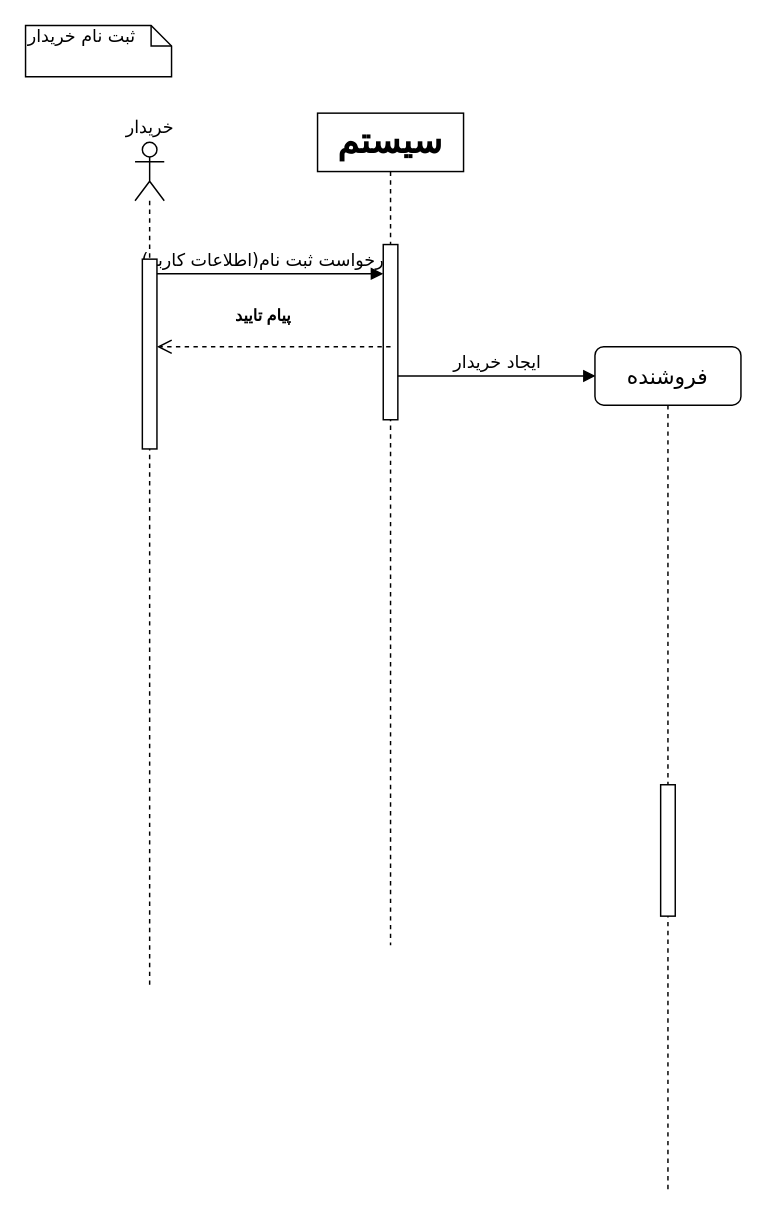
The draw.io diagram Behavioural Modeling/customer_signup.drawio in khoramian/TahDig_SoftwareEngineering, before the edit. Source tidied: cells renumbered, new cells numbered last; positions are measured from the earlier drawing's top-left corner, leaving out a move shared by most shapes. Both pictures are drawn from the tidied source at 146%, with x=0, y=0 at pixel (25, 25).
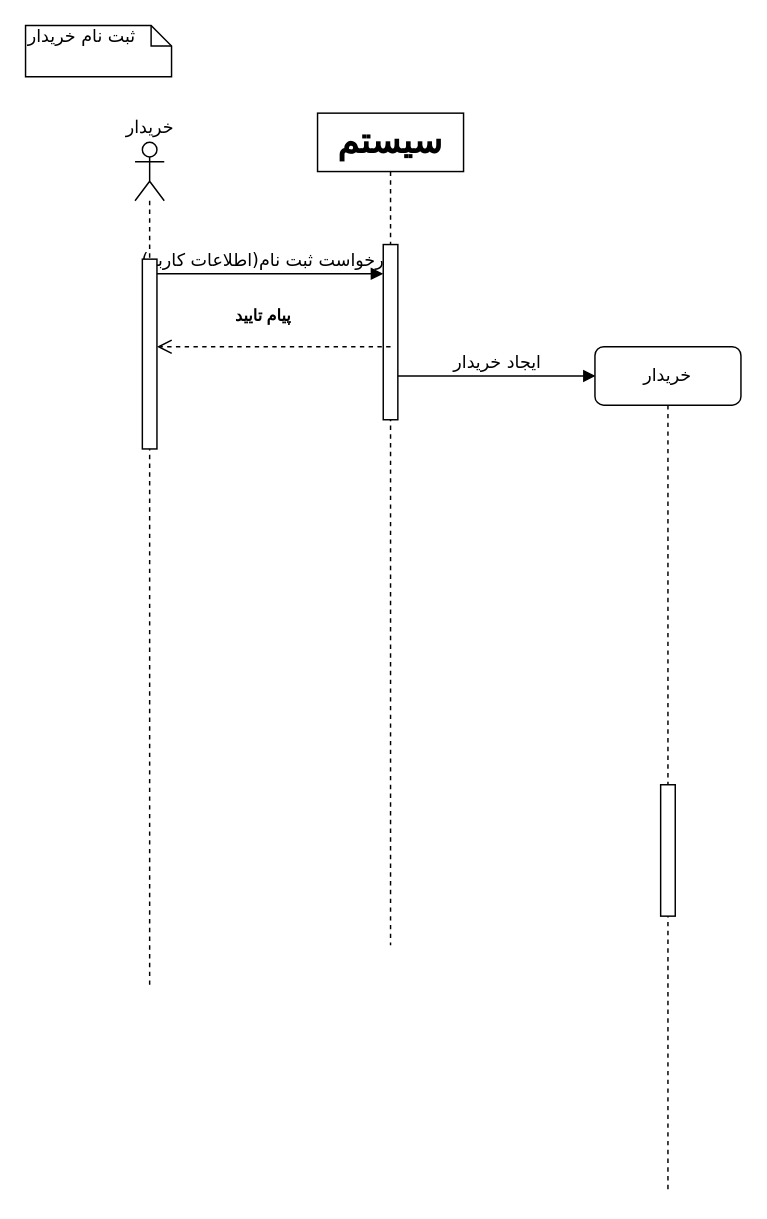
The same diagram, later.

What changed in the source:
```diff
@@
 <mxGraphModel>
   <root>
     <mxCell id="0" />
     <mxCell id="1" parent="0" />
     <mxCell id="2" value="درخواست ثبت نام(اطلاعات کاربر)" style="html=1;verticalAlign=bottom;endArrow=block;labelBackgroundColor=none;fontFamily=Verdana;fontSize=12;edgeStyle=elbowEdgeStyle;elbow=vertical;" parent="1" edge="1" source="4" target="8">
       <mxGeometry relative="1" as="geometry">
         <Array as="points">
           <mxPoint x="220" y="170" />
         </Array>
       </mxGeometry>
     </mxCell>
     <mxCell id="3" value="ثبت نام خریدار" style="shape=note;whiteSpace=wrap;html=1;size=14;verticalAlign=top;align=left;spacingTop=-6;rounded=0;shadow=0;comic=0;labelBackgroundColor=none;strokeWidth=1;fontFamily=Verdana;fontSize=12;" parent="1" vertex="1">
       <mxGeometry width="100" height="35" as="geometry" />
     </mxCell>
     <mxCell id="4" style="shape=umlLifeline;participant=umlActor;perimeter=lifelinePerimeter;whiteSpace=wrap;html=1;verticalAlign=top;spacingTop=36;outlineConnect=0;" parent="1" vertex="1">
       <mxGeometry x="75" y="80" width="20" height="580" as="geometry" />
     </mxCell>
     <mxCell id="5" style="html=1;perimeter=orthogonalPerimeter;" parent="4" vertex="1">
       <mxGeometry x="5" y="80" width="10" height="130" as="geometry" />
     </mxCell>
     <mxCell id="6" value="خریدار" style="text;html=1;align=center;verticalAlign=middle;" parent="1" vertex="1">
       <mxGeometry x="65" y="60" width="40" height="20" as="geometry" />
     </mxCell>
     <mxCell id="7" value="&lt;b&gt;&lt;font style=&quot;font-size: 24px&quot;&gt;سیستم &lt;br&gt;&lt;/font&gt;&lt;/b&gt;" style="shape=umlLifeline;perimeter=lifelinePerimeter;whiteSpace=wrap;html=1;" parent="1" vertex="1">
       <mxGeometry x="200" y="60" width="100" height="570" as="geometry" />
     </mxCell>
     <mxCell id="8" style="html=1;points=[];perimeter=orthogonalPerimeter;rounded=0;shadow=0;comic=0;labelBackgroundColor=none;strokeWidth=1;fontFamily=Verdana;fontSize=12;align=center;" parent="7" vertex="1">
       <mxGeometry x="45" y="90" width="10" height="120" as="geometry" />
     </mxCell>
     <mxCell id="9" value="&lt;b&gt;&amp;nbsp;پیام تایید&lt;br&gt;&lt;/b&gt;" style="html=1;verticalAlign=bottom;endArrow=open;dashed=1;endSize=8;exitX=0.5;exitY=0.583;exitDx=0;exitDy=0;exitPerimeter=0;" parent="1" edge="1" source="8">
       <mxGeometry x="0.13" y="-12" relative="1" as="geometry">
         <mxPoint x="90" y="220" as="targetPoint" />
         <Array as="points">
           <mxPoint x="190.5" y="220" />
         </Array>
         <mxPoint x="1" as="offset" />
       </mxGeometry>
     </mxCell>
     <mxCell id="10" value="ایجاد خریدار" style="html=1;verticalAlign=bottom;endArrow=block;labelBackgroundColor=none;fontFamily=Verdana;fontSize=12;edgeStyle=elbowEdgeStyle;elbow=vertical;" parent="1" edge="1">
       <mxGeometry relative="1" as="geometry">
         <mxPoint x="255" y="240" as="sourcePoint" />
         <mxPoint x="391" y="240" as="targetPoint" />
         <Array as="points">
           <mxPoint x="390.5" y="240" />
         </Array>
       </mxGeometry>
     </mxCell>
-    <mxCell id="11" value="&lt;font style=&quot;font-size: 15px&quot;&gt;فروشنده&lt;/font&gt;" style="shape=umlLifeline;perimeter=lifelinePerimeter;whiteSpace=wrap;html=1;rounded=1;shadow=0;comic=0;labelBackgroundColor=none;strokeWidth=1;fontFamily=Verdana;fontSize=12;align=center;" parent="1" vertex="1">
+    <mxCell id="11" value="خریدار" style="shape=umlLifeline;perimeter=lifelinePerimeter;whiteSpace=wrap;html=1;rounded=1;shadow=0;comic=0;labelBackgroundColor=none;strokeWidth=1;fontFamily=Verdana;fontSize=12;align=center;" parent="1" vertex="1">
       <mxGeometry x="390" y="220" width="100" height="580" as="geometry" />
     </mxCell>
     <mxCell id="12" style="html=1;perimeter=orthogonalPerimeter;rounded=0;shadow=0;comic=0;labelBackgroundColor=none;strokeWidth=1;fontFamily=Verdana;fontSize=12;align=center;" parent="11" vertex="1">
       <mxGeometry x="45" y="300" width="10" height="90" as="geometry" />
     </mxCell>
   </root>
 </mxGraphModel>
```
